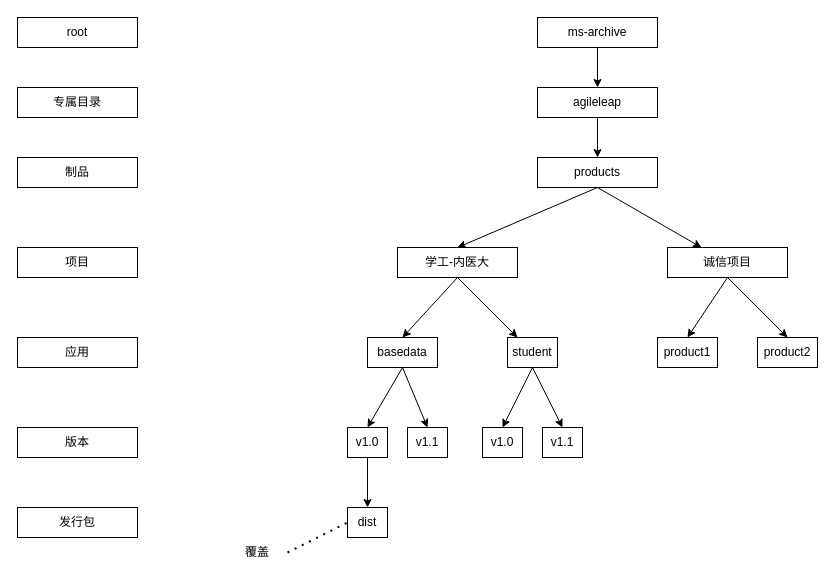
The draw.io diagram page "制品库存储设计" (11 of 11) of 灵捷.drawio in ProgrammerLZ/drawio, before the edit. Source tidied: cells renumbered, new cells numbered last; positions are measured from the earlier drawing's top-left corner, leaving out a move shared by most shapes. Both pictures are drawn from the tidied source at 100%, with x=0, y=0 at pixel (17, 17).
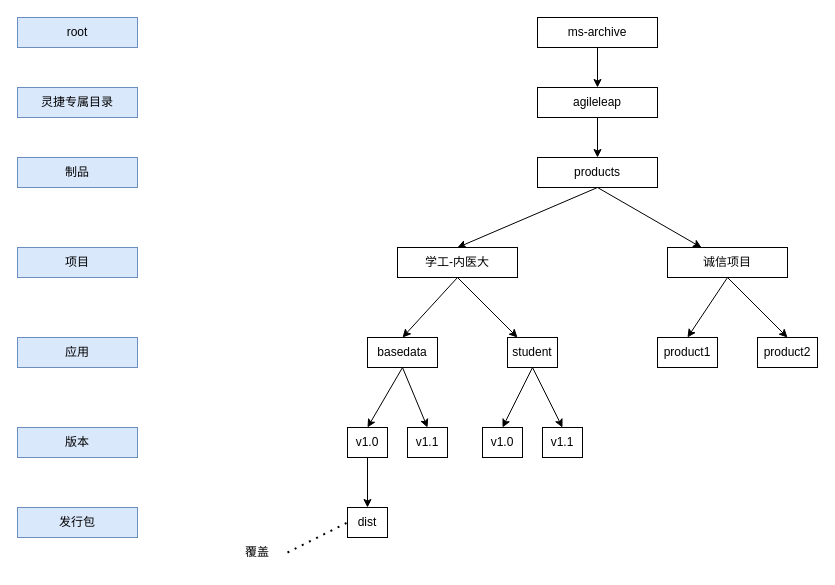
After the change.

Diff of the diagram source:
```diff
@@
-    <mxCell id="31" value="root" style="rounded=0;whiteSpace=wrap;html=1;" parent="1" vertex="1">
+    <mxCell id="31" value="root" style="rounded=0;whiteSpace=wrap;html=1;fillColor=#dae8fc;strokeColor=#6c8ebf;" parent="1" vertex="1">
       <mxGeometry width="120" height="30" as="geometry" />
     </mxCell>
-    <mxCell id="32" value="专属目录" style="rounded=0;whiteSpace=wrap;html=1;" parent="1" vertex="1">
+    <mxCell id="32" value="灵捷专属目录" style="rounded=0;whiteSpace=wrap;html=1;fillColor=#dae8fc;strokeColor=#6c8ebf;" parent="1" vertex="1">
       <mxGeometry y="70" width="120" height="30" as="geometry" />
     </mxCell>
-    <mxCell id="33" value="制品" style="rounded=0;whiteSpace=wrap;html=1;" parent="1" vertex="1">
+    <mxCell id="33" value="制品" style="rounded=0;whiteSpace=wrap;html=1;fillColor=#dae8fc;strokeColor=#6c8ebf;" parent="1" vertex="1">
       <mxGeometry y="140" width="120" height="30" as="geometry" />
     </mxCell>
-    <mxCell id="34" value="项目" style="rounded=0;whiteSpace=wrap;html=1;" parent="1" vertex="1">
+    <mxCell id="34" value="项目" style="rounded=0;whiteSpace=wrap;html=1;fillColor=#dae8fc;strokeColor=#6c8ebf;" parent="1" vertex="1">
       <mxGeometry y="230" width="120" height="30" as="geometry" />
     </mxCell>
-    <mxCell id="35" value="应用" style="rounded=0;whiteSpace=wrap;html=1;" parent="1" vertex="1">
+    <mxCell id="35" value="应用" style="rounded=0;whiteSpace=wrap;html=1;fillColor=#dae8fc;strokeColor=#6c8ebf;" parent="1" vertex="1">
       <mxGeometry y="320" width="120" height="30" as="geometry" />
     </mxCell>
-    <mxCell id="36" value="版本" style="rounded=0;whiteSpace=wrap;html=1;" parent="1" vertex="1">
+    <mxCell id="36" value="版本" style="rounded=0;whiteSpace=wrap;html=1;fillColor=#dae8fc;strokeColor=#6c8ebf;" parent="1" vertex="1">
       <mxGeometry y="410" width="120" height="30" as="geometry" />
     </mxCell>
-    <mxCell id="37" value="发行包" style="rounded=0;whiteSpace=wrap;html=1;" parent="1" vertex="1">
+    <mxCell id="37" value="发行包" style="rounded=0;whiteSpace=wrap;html=1;fillColor=#dae8fc;strokeColor=#6c8ebf;" parent="1" vertex="1">
       <mxGeometry y="490" width="120" height="30" as="geometry" />
     </mxCell>
```
